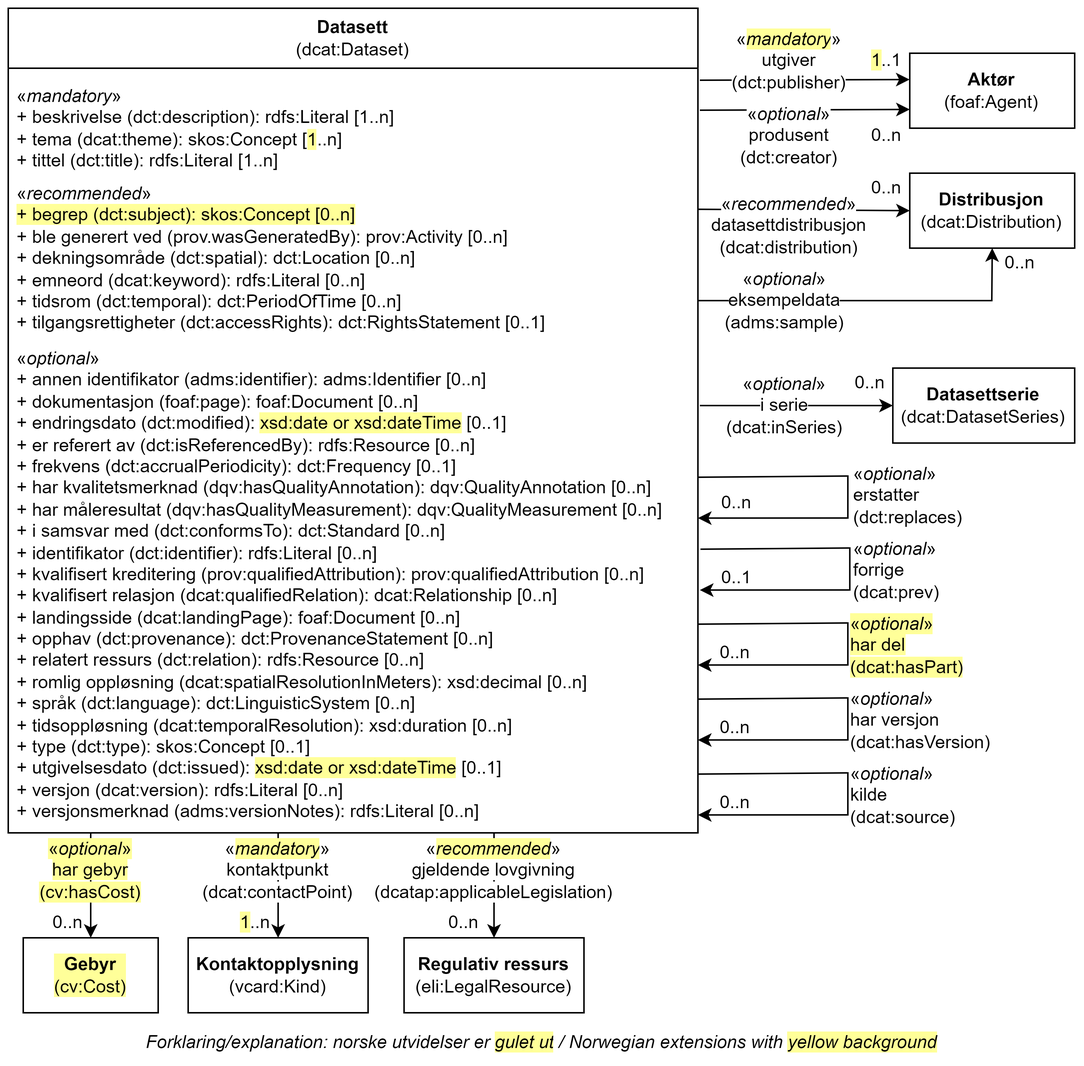
Informasjonsforvaltning/dcat-ap-no keeps this draw.io diagram as docs/images/Klassen-Datasett.png. Above is the earlier version. Source tidied: cells renumbered, new cells last; positions are measured from the earlier drawing's top-left corner, leaving out a move shared by most shapes.
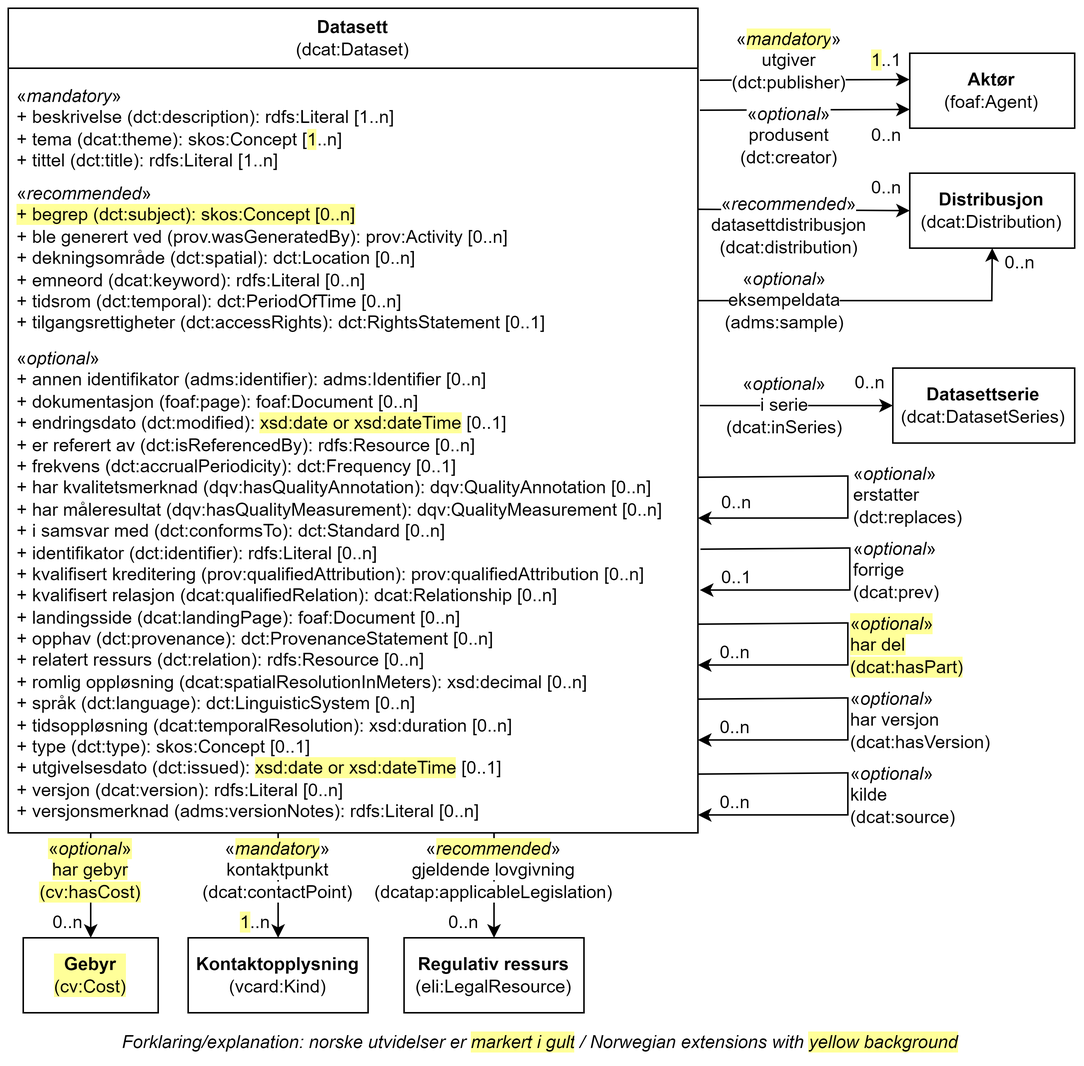
The same file after the commit.

Change to the diagram source:
```diff
@@ -137,9 +137,6 @@
     <mxCell id="34" value="0..1" style="text;html=1;strokeColor=none;fillColor=none;align=center;verticalAlign=middle;whiteSpace=wrap;rounded=0;" parent="1" vertex="1">
       <mxGeometry x="471.3" y="370" width="30" height="20" as="geometry" />
     </mxCell>
-    <mxCell id="35" value="Forklaring/explanation: norske utvidelser er&amp;nbsp;&lt;span style=&quot;background-color: rgb(255, 255, 153);&quot;&gt;gulet ut&lt;/span&gt;&lt;span style=&quot;background-color: rgb(255 , 255 , 255)&quot;&gt;&amp;nbsp;/&amp;nbsp;Norwegian extensions with &lt;/span&gt;&lt;span style=&quot;background-color: rgb(255, 255, 153);&quot;&gt;yellow background&lt;/span&gt;" style="text;html=1;strokeColor=none;fillColor=none;align=center;verticalAlign=middle;whiteSpace=wrap;rounded=0;fontStyle=2;" parent="1" vertex="1">
-      <mxGeometry x="1.3" y="680" width="710" height="20" as="geometry" />
-    </mxCell>
     <mxCell id="36" value="&lt;b&gt;Gebyr&lt;/b&gt;&lt;br&gt;(cv:Cost)" style="html=1;whiteSpace=wrap;labelBackgroundColor=#FFFF99;" parent="1" vertex="1">
       <mxGeometry x="10" y="620" width="90" height="50" as="geometry" />
     </mxCell>
@@ -206,5 +203,8 @@
     <mxCell id="51" value="«&lt;i style=&quot;background-color: rgb(255, 255, 153);&quot;&gt;recommended&lt;/i&gt;»&lt;br&gt;&lt;span style=&quot;background-color: rgb(255, 255, 255);&quot;&gt;gjeldende lovgivning&lt;br&gt;(dcatap:applicableLegislation)&lt;/span&gt;" style="text;html=1;align=center;verticalAlign=middle;whiteSpace=wrap;rounded=0;" parent="1" vertex="1">
       <mxGeometry x="294" y="560" width="60" height="30" as="geometry" />
     </mxCell>
+    <mxCell id="52" value="Forklaring/explanation: norske utvidelser er&amp;nbsp;&lt;span style=&quot;background-color: rgb(255, 255, 153);&quot;&gt;markert i gult&lt;/span&gt;&lt;span style=&quot;background-color: rgb(255 , 255 , 255)&quot;&gt;&amp;nbsp;/&amp;nbsp;Norwegian extensions with &lt;/span&gt;&lt;span style=&quot;background-color: rgb(255, 255, 153);&quot;&gt;yellow background&lt;/span&gt;" style="text;html=1;strokeColor=none;fillColor=none;align=center;verticalAlign=middle;whiteSpace=wrap;rounded=0;fontStyle=2;" parent="1" vertex="1">
+      <mxGeometry y="680" width="710" height="20" as="geometry" />
+    </mxCell>
   </root>
 </mxGraphModel>
```
